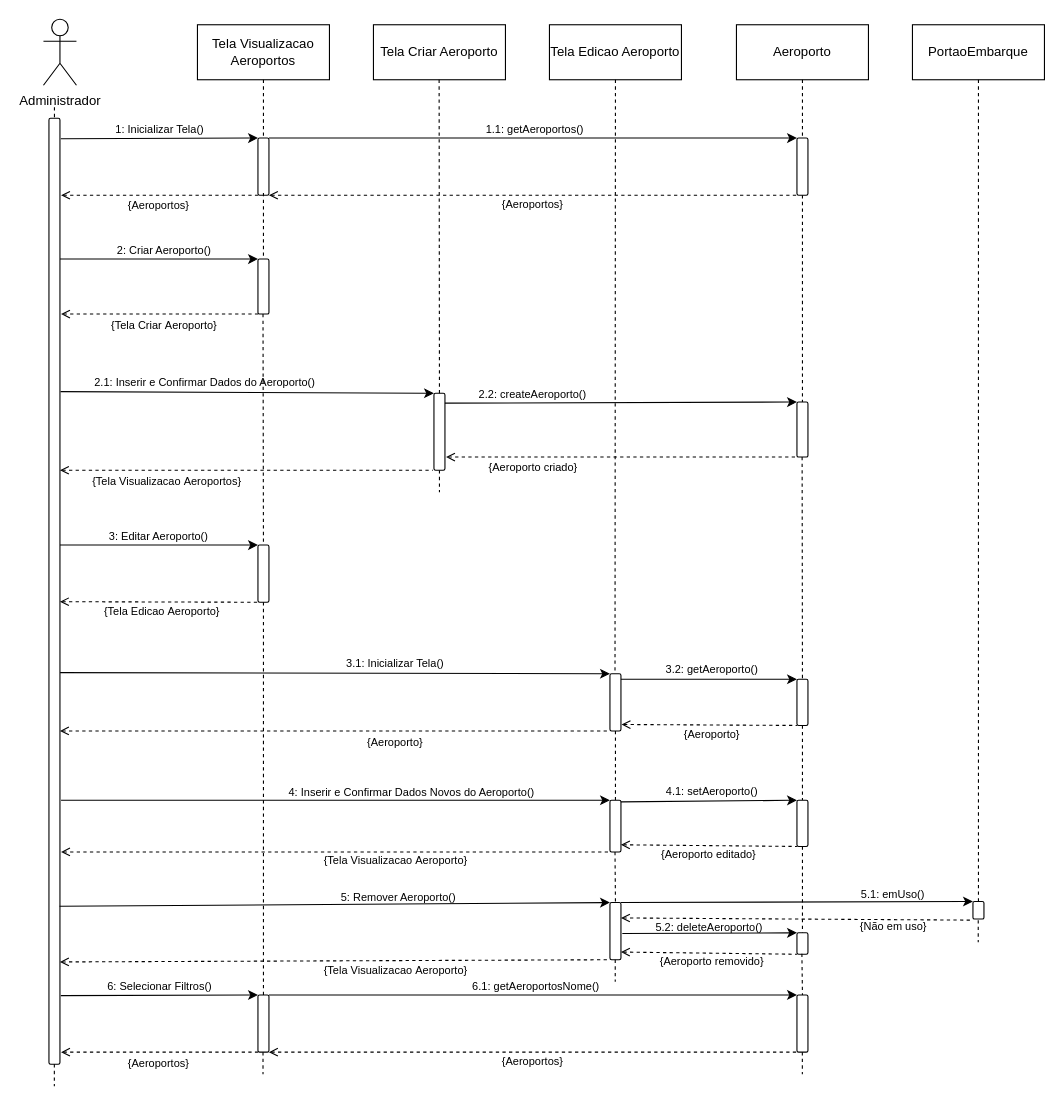
The draw.io diagram Diagramas/Eng_de_Software/Modelos/Sequencia/Manter_Aeroportos.drawio in GabrielGMori/trabalho-conclus-o-ano, before the edit. Source tidied: cells renumbered, new cells numbered last; positions are measured from the earlier drawing's top-left corner, leaving out a move shared by most shapes. Both pictures are drawn from the tidied source at 110%, with x=0, y=0 at pixel (43, 19).
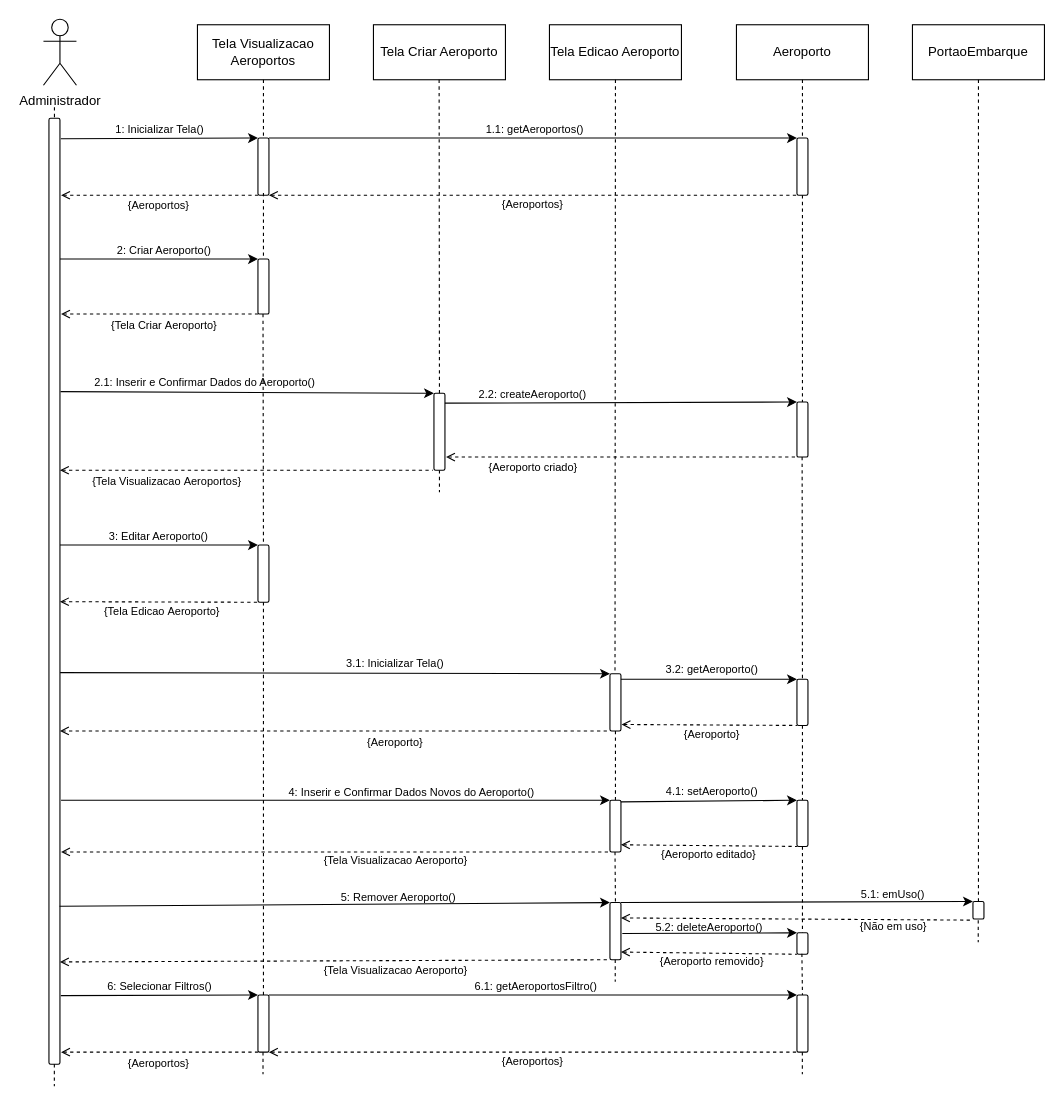
The same page after the edit.

The edit, as a diff of the source:
```diff
@@
-    <mxCell id="96" value="&lt;font&gt;6.1: get&lt;/font&gt;Aeroporto&lt;font&gt;sNome()&lt;/font&gt;" style="text;html=1;align=center;verticalAlign=middle;whiteSpace=wrap;rounded=0;fontSize=10;" parent="1" vertex="1">
+    <mxCell id="96" value="&lt;font&gt;6.1: get&lt;/font&gt;Aeroporto&lt;font&gt;sFiltro()&lt;/font&gt;" style="text;html=1;align=center;verticalAlign=middle;whiteSpace=wrap;rounded=0;fontSize=10;" parent="1" vertex="1">
       <mxGeometry x="368" y="869" width="160" height="20" as="geometry" />
     </mxCell>
```
